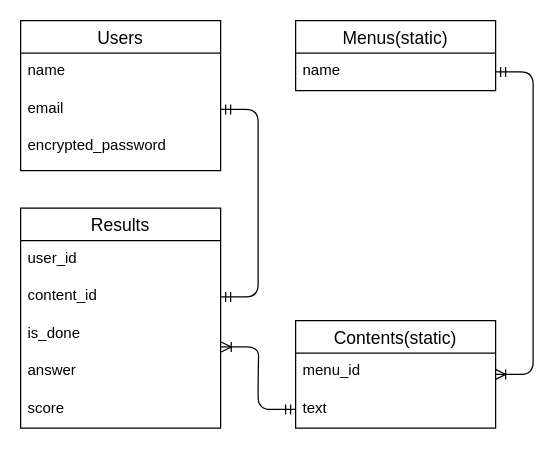
Earlier version of the draw.io diagram rigate.dio (turtlekazu/rigate-app). Source tidied: cells renumbered, new cells numbered last; positions are measured from the earlier drawing's top-left corner, leaving out a move shared by most shapes. Both pictures are drawn from the tidied source at 125%, with x=0, y=0 at pixel (20, 20).
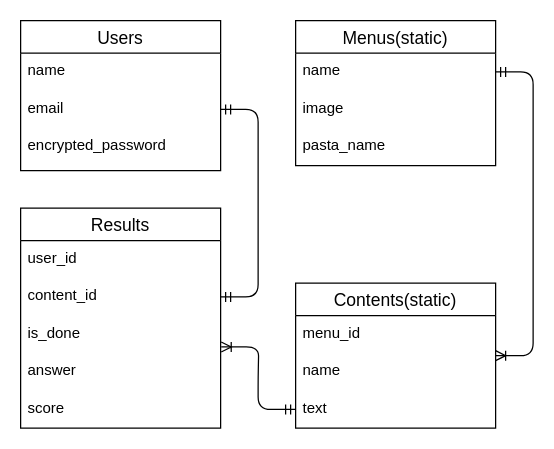
Above is the later version.

Commit message (it also covers changes not shown here):
Add elements to readme & er_diagram

The edit, as a diff of the source:
```diff
@@
     <mxCell id="6" value="Contents(static)" style="swimlane;fontStyle=0;horizontal=1;startSize=26;align=center;fontSize=14;" parent="1" vertex="1">
-      <mxGeometry x="220" y="240" width="160" height="86" as="geometry" />
+      <mxGeometry x="220" y="210" width="160" height="116" as="geometry" />
     </mxCell>
@@
+    <mxCell id="20" value="name" style="text;strokeColor=none;fillColor=none;spacingLeft=4;spacingRight=4;overflow=hidden;fontSize=12;" parent="6" vertex="1">
+      <mxGeometry y="56" width="160" height="30" as="geometry" />
+    </mxCell>
     <mxCell id="8" value="text" style="text;strokeColor=none;fillColor=none;spacingLeft=4;spacingRight=4;overflow=hidden;points=[[0,0.5],[1,0.5]];portConstraint=eastwest;fontSize=12;" parent="6" vertex="1">
-      <mxGeometry y="56" width="160" height="30" as="geometry" />
+      <mxGeometry y="86" width="160" height="30" as="geometry" />
     </mxCell>
     <mxCell id="9" value="Menus(static)" style="swimlane;fontStyle=0;horizontal=1;startSize=26;align=center;fontSize=14;" parent="1" vertex="1">
-      <mxGeometry x="220" width="160" height="56" as="geometry" />
+      <mxGeometry x="220" width="160" height="116" as="geometry" />
     </mxCell>
@@
+    <mxCell id="21" value="image" style="text;strokeColor=none;fillColor=none;spacingLeft=4;spacingRight=4;overflow=hidden;fontSize=12;" parent="9" vertex="1">
+      <mxGeometry y="56" width="160" height="30" as="geometry" />
+    </mxCell>
+    <mxCell id="22" value="pasta_name" style="text;strokeColor=none;fillColor=none;spacingLeft=4;spacingRight=4;overflow=hidden;fontSize=12;" parent="9" vertex="1">
+      <mxGeometry y="86" width="160" height="30" as="geometry" />
+    </mxCell>
```
